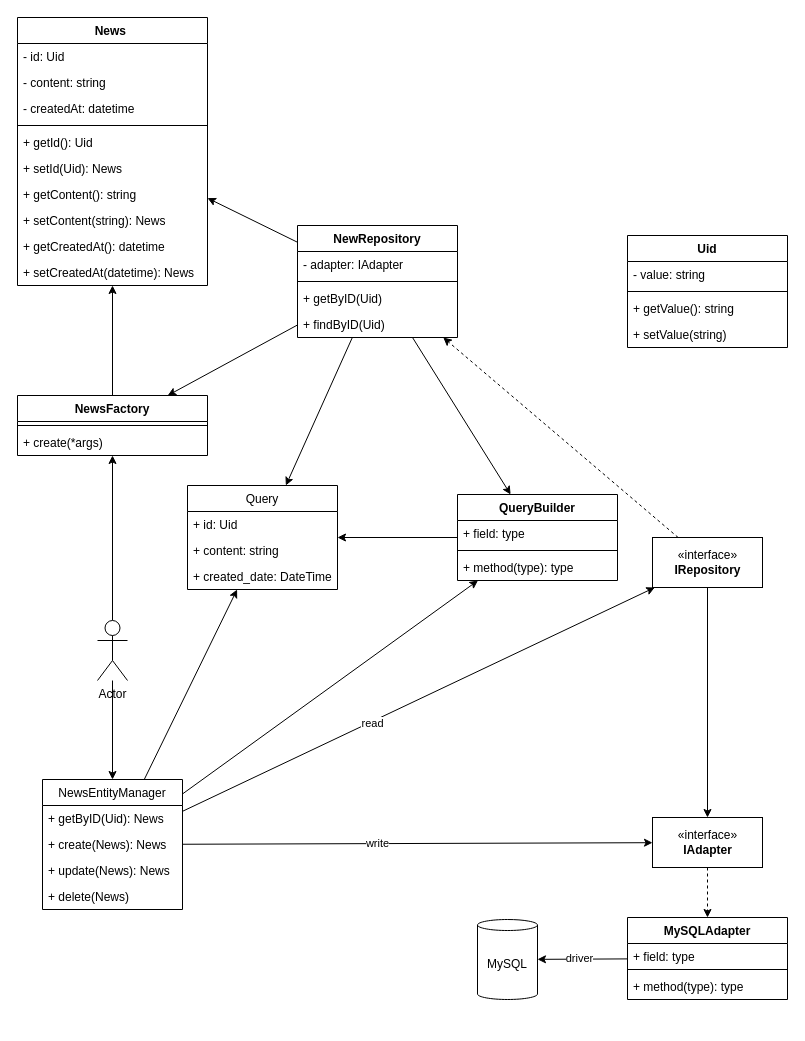
Above: diag.drawio in Nimajjj/orm (draw.io), before the change. Source tidied: cells renumbered, new cells numbered last; positions are measured from the earlier drawing's top-left corner, leaving out a move shared by most shapes. Both pictures are drawn from the tidied source at 100%, with x=0, y=0 at pixel (17, 17).
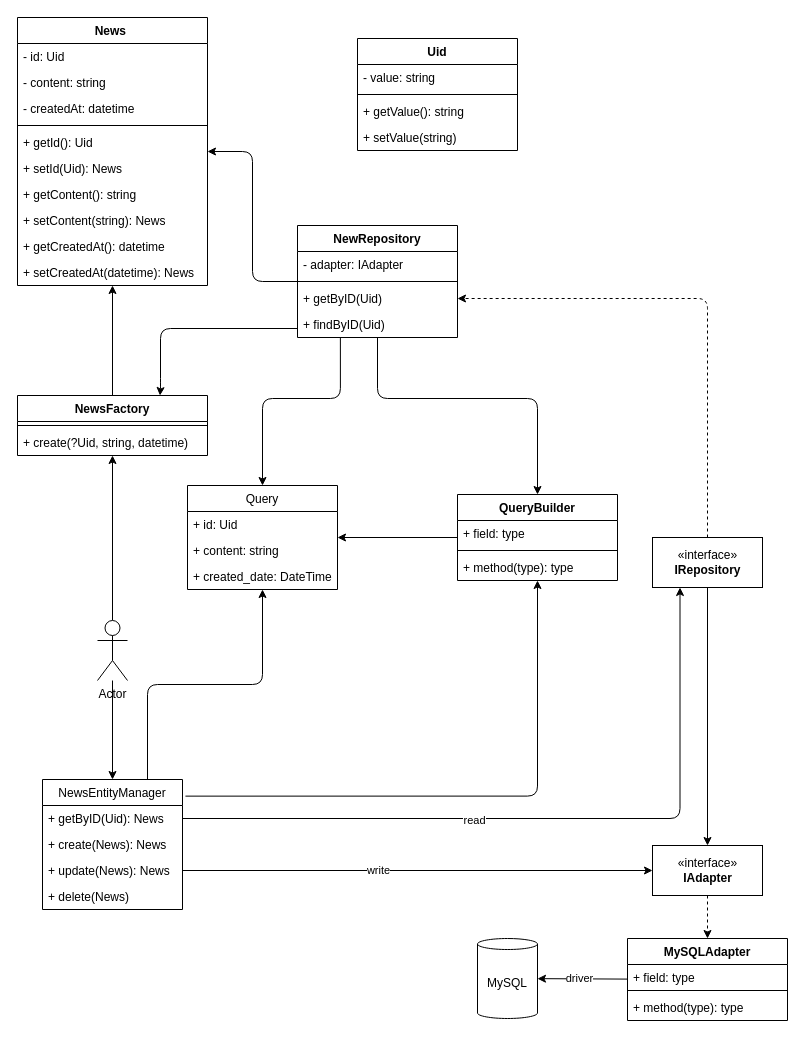
After the change.

The change refers to these unchanged cells:
```xml
<mxCell id="7" value="NewsEntityManager" style="swimlane;fontStyle=0;horizontal=1;startSize=26;fillColor=none;" parent="1" vertex="1">
  <mxGeometry x="25" y="762" width="140" height="130" as="geometry" />
</mxCell>
<mxCell id="8" value="+ getByID(Uid): News" style="text;strokeColor=none;fillColor=none;align=left;verticalAlign=top;spacingLeft=4;spacingRight=4;overflow=hidden;points=[[0,0.5],[1,0.5]];portConstraint=eastwest;" parent="7" vertex="1">
  <mxGeometry y="26" width="140" height="26" as="geometry" />
</mxCell>
<mxCell id="10" value="+ update(News): News" style="text;strokeColor=none;fillColor=none;align=left;verticalAlign=top;spacingLeft=4;spacingRight=4;overflow=hidden;points=[[0,0.5],[1,0.5]];portConstraint=eastwest;" parent="7" vertex="1">
  <mxGeometry y="78" width="140" height="26" as="geometry" />
</mxCell>
<mxCell id="28" value="Query" style="swimlane;fontStyle=0;horizontal=1;startSize=26;fillColor=none;" parent="1" vertex="1">
  <mxGeometry x="170" y="468" width="150" height="104" as="geometry" />
</mxCell>
<mxCell id="33" value="QueryBuilder" style="swimlane;fontStyle=1;align=center;verticalAlign=top;horizontal=1;startSize=26;" parent="1" vertex="1">
  <mxGeometry x="440" y="477" width="160" height="86" as="geometry" />
</mxCell>
<mxCell id="43" value="NewRepository" style="swimlane;fontStyle=1;align=center;verticalAlign=top;horizontal=1;startSize=26;" parent="1" vertex="1">
  <mxGeometry x="280" y="208" width="160" height="112" as="geometry" />
</mxCell>
<mxCell id="46" value="+ getByID(Uid)" style="text;strokeColor=none;fillColor=none;align=left;verticalAlign=top;spacingLeft=4;spacingRight=4;overflow=hidden;points=[[0,0.5],[1,0.5]];portConstraint=eastwest;" parent="43" vertex="1">
  <mxGeometry y="60" width="160" height="26" as="geometry" />
</mxCell>
<mxCell id="47" value="+ findByID(Uid)" style="text;strokeColor=none;fillColor=none;align=left;verticalAlign=top;spacingLeft=4;spacingRight=4;overflow=hidden;points=[[0,0.5],[1,0.5]];portConstraint=eastwest;" parent="43" vertex="1">
  <mxGeometry y="86" width="160" height="26" as="geometry" />
</mxCell>
<mxCell id="48" value="News " style="swimlane;fontStyle=1;align=center;verticalAlign=top;horizontal=1;startSize=26;" parent="1" vertex="1">
  <mxGeometry width="190" height="268" as="geometry" />
</mxCell>
<mxCell id="61" value="«interface»&lt;br&gt;&lt;b&gt;IRepository&lt;/b&gt;" style="html=1;" parent="1" vertex="1">
  <mxGeometry x="635" y="520" width="110" height="50" as="geometry" />
</mxCell>
<mxCell id="62" value="NewsFactory" style="swimlane;fontStyle=1;align=center;verticalAlign=top;horizontal=1;startSize=26;" parent="1" vertex="1">
  <mxGeometry y="378" width="190" height="60" as="geometry" />
</mxCell>
```

What changed in the source:
```diff
@@
-    <mxCell id="3" style="edgeStyle=none;html=1;" parent="1" edge="1" source="7" target="15">
+    <mxCell id="3" style="edgeStyle=none;html=1;exitX=1;exitY=0.5;exitDx=0;exitDy=0;" parent="1" edge="1" source="10" target="15">
       <mxGeometry relative="1" as="geometry" />
     </mxCell>
@@
-    <mxCell id="5" style="edgeStyle=none;html=1;" parent="1" edge="1" source="7" target="61">
+    <mxCell id="5" style="edgeStyle=orthogonalEdgeStyle;html=1;exitX=1;exitY=0.5;exitDx=0;exitDy=0;entryX=0.25;entryY=1;entryDx=0;entryDy=0;" parent="1" edge="1" source="8" target="61">
       <mxGeometry relative="1" as="geometry" />
     </mxCell>
@@
     <mxCell id="15" value="«interface»&lt;br&gt;&lt;b&gt;IAdapter&lt;/b&gt;" style="html=1;" parent="1" vertex="1">
-      <mxGeometry x="635" y="800" width="110" height="50" as="geometry" />
+      <mxGeometry x="635" y="828" width="110" height="50" as="geometry" />
     </mxCell>
     <mxCell id="16" value="Uid" style="swimlane;fontStyle=1;align=center;verticalAlign=top;horizontal=1;startSize=26;" parent="1" vertex="1">
-      <mxGeometry x="610" y="218" width="160" height="112" as="geometry" />
+      <mxGeometry x="340" y="21" width="160" height="112" as="geometry" />
     </mxCell>
@@
     <mxCell id="21" value="MySQL" style="shape=cylinder3;whiteSpace=wrap;html=1;boundedLbl=1;backgroundOutline=1;size=5.5103302001953125;" parent="1" vertex="1">
-      <mxGeometry x="460" y="902" width="60" height="80" as="geometry" />
+      <mxGeometry x="460" y="921" width="60" height="80" as="geometry" />
     </mxCell>
-    <mxCell id="22" style="edgeStyle=none;html=1;" parent="1" edge="1" source="7" target="33">
+    <mxCell id="22" style="edgeStyle=orthogonalEdgeStyle;html=1;exitX=1.021;exitY=0.128;exitDx=0;exitDy=0;exitPerimeter=0;" parent="1" edge="1" source="7" target="33">
       <mxGeometry relative="1" as="geometry" />
     </mxCell>
-    <mxCell id="23" style="edgeStyle=none;html=1;" parent="1" edge="1" source="7" target="28">
+    <mxCell id="23" style="edgeStyle=orthogonalEdgeStyle;html=1;exitX=0.75;exitY=0;exitDx=0;exitDy=0;" parent="1" edge="1" source="7" target="28">
       <mxGeometry relative="1" as="geometry" />
     </mxCell>
     <mxCell id="24" value="MySQLAdapter" style="swimlane;fontStyle=1;align=center;verticalAlign=top;horizontal=1;startSize=26;" parent="1" vertex="1">
-      <mxGeometry x="610" y="900" width="160" height="82" as="geometry" />
+      <mxGeometry x="610" y="921" width="160" height="82" as="geometry" />
     </mxCell>
@@
-    <mxCell id="40" style="edgeStyle=none;html=1;" parent="1" edge="1" source="43" target="62">
-      <mxGeometry relative="1" as="geometry" />
+    <mxCell id="40" style="edgeStyle=orthogonalEdgeStyle;html=1;entryX=0.75;entryY=0;entryDx=0;entryDy=0;" parent="1" edge="1" source="43" target="62">
+      <mxGeometry relative="1" as="geometry">
+        <Array as="points">
+          <mxPoint x="143" y="311" />
+          <mxPoint x="143" y="371" />
+          <mxPoint x="143" y="371" />
+        </Array>
+      </mxGeometry>
     </mxCell>
-    <mxCell id="41" style="edgeStyle=none;html=1;" parent="1" edge="1" source="43" target="33">
-      <mxGeometry relative="1" as="geometry" />
+    <mxCell id="41" style="edgeStyle=orthogonalEdgeStyle;html=1;" parent="1" edge="1" source="43" target="33">
+      <mxGeometry relative="1" as="geometry">
+        <Array as="points">
+          <mxPoint x="360" y="381" />
+          <mxPoint x="520" y="381" />
+        </Array>
+      </mxGeometry>
     </mxCell>
-    <mxCell id="42" style="edgeStyle=none;html=1;" parent="1" edge="1" source="43" target="28">
-      <mxGeometry relative="1" as="geometry" />
+    <mxCell id="42" style="edgeStyle=orthogonalEdgeStyle;html=1;exitX=0.268;exitY=0.988;exitDx=0;exitDy=0;exitPerimeter=0;" parent="1" edge="1" source="47" target="28">
+      <mxGeometry relative="1" as="geometry">
+        <Array as="points">
+          <mxPoint x="323" y="381" />
+          <mxPoint x="245" y="381" />
+        </Array>
+      </mxGeometry>
     </mxCell>
@@
-    <mxCell id="59" style="edgeStyle=none;html=1;" parent="1" edge="1" source="43" target="48">
+    <mxCell id="59" style="edgeStyle=orthogonalEdgeStyle;html=1;" parent="1" edge="1" source="43" target="48">
       <mxGeometry relative="1" as="geometry" />
     </mxCell>
-    <mxCell id="60" style="edgeStyle=none;html=1;dashed=1;" parent="1" edge="1" source="61" target="43">
-      <mxGeometry relative="1" as="geometry" />
+    <mxCell id="60" style="edgeStyle=orthogonalEdgeStyle;html=1;dashed=1;entryX=1;entryY=0.5;entryDx=0;entryDy=0;" parent="1" edge="1" source="61" target="46">
+      <mxGeometry relative="1" as="geometry">
+        <Array as="points">
+          <mxPoint x="690" y="281" />
+        </Array>
+      </mxGeometry>
     </mxCell>
@@
-    <mxCell id="64" value="+ create(*args)" style="text;strokeColor=none;fillColor=none;align=left;verticalAlign=top;spacingLeft=4;spacingRight=4;overflow=hidden;" parent="62" vertex="1">
+    <mxCell id="64" value="+ create(?Uid, string, datetime)" style="text;strokeColor=none;fillColor=none;align=left;verticalAlign=top;spacingLeft=4;spacingRight=4;overflow=hidden;" parent="62" vertex="1">
       <mxGeometry y="34" width="190" height="26" as="geometry" />
     </mxCell>
```
